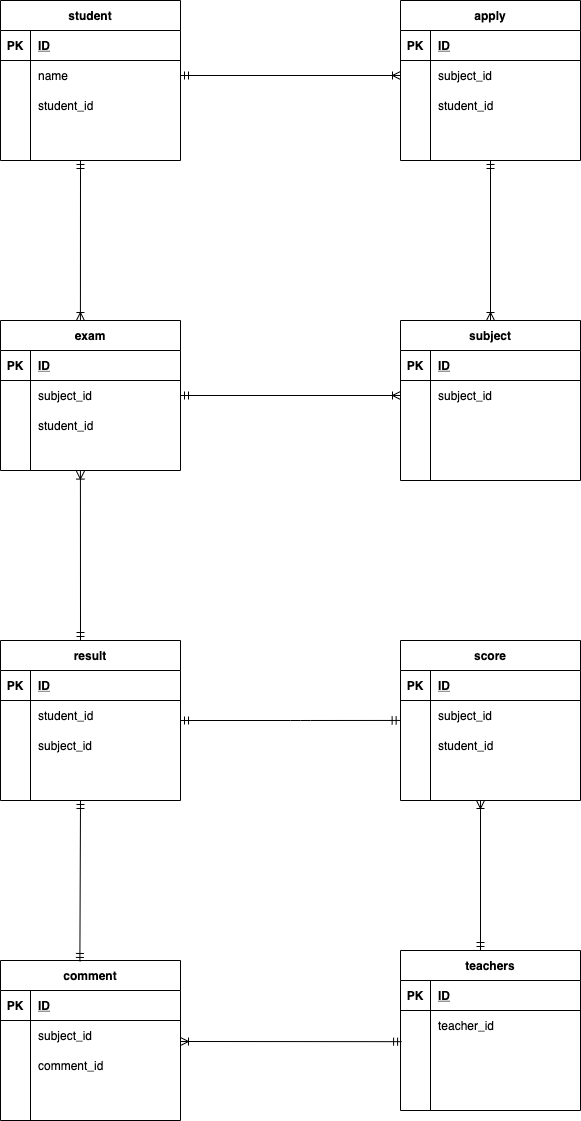
kurakawaryunosuke/datebase keeps this draw.io diagram as index.drawio.png. Above is the earlier version. Source tidied: cells renumbered, new cells last; positions are measured from the earlier drawing's top-left corner, leaving out a move shared by most shapes.
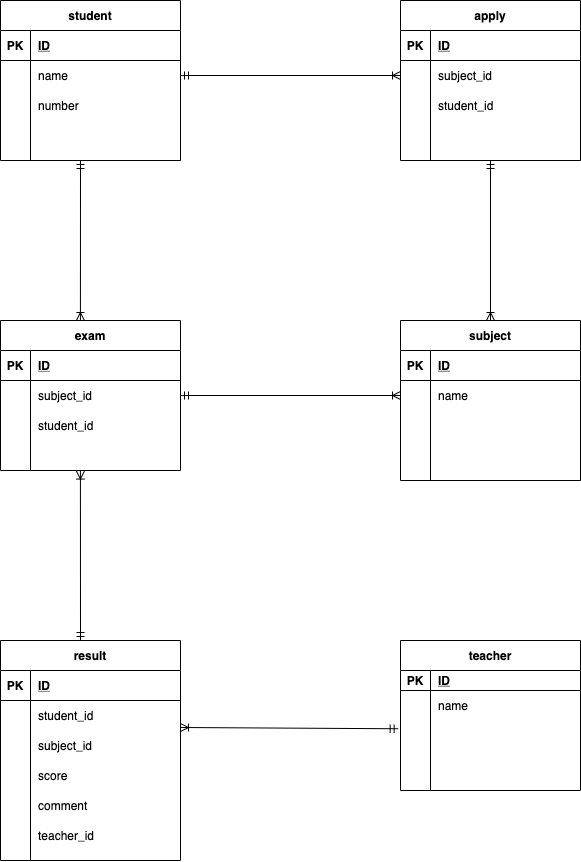
The same diagram one commit later.

Commit message:
Foreign key

Change to the diagram source:
```diff
@@ -29,7 +29,7 @@
     <mxCell id="10" style="shape=partialRectangle;fillColor=none;top=0;left=0;bottom=0;right=0;overflow=hidden;" parent="9" vertex="1">
       <mxGeometry width="30" height="30" as="geometry" />
     </mxCell>
-    <mxCell id="11" value="student_id" style="shape=partialRectangle;fillColor=none;top=0;left=0;bottom=0;right=0;align=left;spacingLeft=6;overflow=hidden;" parent="9" vertex="1">
+    <mxCell id="11" value="number" style="shape=partialRectangle;fillColor=none;top=0;left=0;bottom=0;right=0;align=left;spacingLeft=6;overflow=hidden;" parent="9" vertex="1">
       <mxGeometry x="30" width="150" height="30" as="geometry" />
     </mxCell>
     <mxCell id="12" style="shape=partialRectangle;fillColor=none;top=0;left=0;bottom=0;right=0;" parent="2" vertex="1">
@@ -145,7 +145,7 @@
     <mxCell id="48" style="shape=partialRectangle;fillColor=none;top=0;left=0;bottom=0;right=0;overflow=hidden;" parent="47" vertex="1">
       <mxGeometry width="30" height="30" as="geometry" />
     </mxCell>
-    <mxCell id="49" value="subject_id" style="shape=partialRectangle;fillColor=none;top=0;left=0;bottom=0;right=0;align=left;spacingLeft=6;overflow=hidden;" parent="47" vertex="1">
+    <mxCell id="49" value="name" style="shape=partialRectangle;fillColor=none;top=0;left=0;bottom=0;right=0;align=left;spacingLeft=6;overflow=hidden;" parent="47" vertex="1">
       <mxGeometry x="30" width="150" height="30" as="geometry" />
     </mxCell>
     <mxCell id="50" style="shape=partialRectangle;fillColor=none;top=0;left=0;bottom=0;right=0;" parent="43" vertex="1">
@@ -166,29 +166,29 @@
     <mxCell id="55" style="shape=partialRectangle;fillColor=none;top=0;left=0;bottom=0;right=0;align=left;spacingLeft=6;overflow=hidden;" parent="53" vertex="1">
       <mxGeometry x="30" width="150" height="30" as="geometry" />
     </mxCell>
-    <mxCell id="56" value="teachers" style="shape=table;startSize=30;rowLines=0;fontStyle=1;align=center;" parent="1" vertex="1">
-      <mxGeometry x="400" y="950" width="180" height="160" as="geometry" />
+    <mxCell id="56" value="teacher" style="shape=table;startSize=30;rowLines=0;fontStyle=1;align=center;" parent="1" vertex="1">
+      <mxGeometry x="400" y="640" width="180" height="150" as="geometry" />
     </mxCell>
     <mxCell id="57" style="shape=partialRectangle;fillColor=none;top=0;left=0;bottom=1;right=0;" parent="56" vertex="1">
-      <mxGeometry y="30" width="180" height="30" as="geometry" />
+      <mxGeometry y="30" width="180" height="20" as="geometry" />
     </mxCell>
     <mxCell id="58" value="PK" style="shape=partialRectangle;fillColor=none;top=0;left=0;bottom=0;right=0;fontStyle=1;overflow=hidden;" parent="57" vertex="1">
-      <mxGeometry width="30" height="30" as="geometry" />
+      <mxGeometry width="30" height="20" as="geometry" />
     </mxCell>
     <mxCell id="59" value="ID" style="shape=partialRectangle;fillColor=none;top=0;left=0;bottom=0;right=0;align=left;spacingLeft=6;fontStyle=5;overflow=hidden;" parent="57" vertex="1">
-      <mxGeometry x="30" width="150" height="30" as="geometry" />
+      <mxGeometry x="30" width="150" height="20" as="geometry" />
     </mxCell>
     <mxCell id="60" style="shape=partialRectangle;fillColor=none;top=0;left=0;bottom=0;right=0;" parent="56" vertex="1">
-      <mxGeometry y="60" width="180" height="30" as="geometry" />
+      <mxGeometry y="50" width="180" height="30" as="geometry" />
     </mxCell>
     <mxCell id="61" style="shape=partialRectangle;fillColor=none;top=0;left=0;bottom=0;right=0;overflow=hidden;" parent="60" vertex="1">
       <mxGeometry width="30" height="30" as="geometry" />
     </mxCell>
-    <mxCell id="62" value="teacher_id" style="shape=partialRectangle;fillColor=none;top=0;left=0;bottom=0;right=0;align=left;spacingLeft=6;overflow=hidden;" parent="60" vertex="1">
+    <mxCell id="62" value="name" style="shape=partialRectangle;fillColor=none;top=0;left=0;bottom=0;right=0;align=left;spacingLeft=6;overflow=hidden;" parent="60" vertex="1">
       <mxGeometry x="30" width="150" height="30" as="geometry" />
     </mxCell>
     <mxCell id="63" style="shape=partialRectangle;fillColor=none;top=0;left=0;bottom=0;right=0;points=[[0,0.5],[1,0.5]];portConstraint=eastwest;" parent="56" vertex="1">
-      <mxGeometry y="90" width="180" height="30" as="geometry" />
+      <mxGeometry y="80" width="180" height="30" as="geometry" />
     </mxCell>
     <mxCell id="64" style="shape=partialRectangle;fillColor=none;top=0;left=0;bottom=0;right=0;overflow=hidden;" parent="63" vertex="1">
       <mxGeometry width="30" height="30" as="geometry" />
@@ -197,7 +197,7 @@
       <mxGeometry x="30" width="150" height="30" as="geometry" />
     </mxCell>
     <mxCell id="66" style="shape=partialRectangle;fillColor=none;top=0;left=0;bottom=0;right=0;" parent="56" vertex="1">
-      <mxGeometry y="120" width="180" height="30" as="geometry" />
+      <mxGeometry y="110" width="180" height="30" as="geometry" />
     </mxCell>
     <mxCell id="67" style="shape=partialRectangle;fillColor=none;top=0;left=0;bottom=0;right=0;overflow=hidden;" parent="66" vertex="1">
       <mxGeometry width="30" height="30" as="geometry" />
@@ -205,89 +205,6 @@
     <mxCell id="68" style="shape=partialRectangle;fillColor=none;top=0;left=0;bottom=0;right=0;align=left;spacingLeft=6;overflow=hidden;" parent="66" vertex="1">
       <mxGeometry x="30" width="150" height="30" as="geometry" />
     </mxCell>
-    <mxCell id="69" value="comment" style="shape=table;startSize=30;rowLines=0;fontStyle=1;align=center;" parent="1" vertex="1">
-      <mxGeometry y="960" width="180" height="160" as="geometry" />
-    </mxCell>
-    <mxCell id="70" style="shape=partialRectangle;fillColor=none;top=0;left=0;bottom=1;right=0;" parent="69" vertex="1">
-      <mxGeometry y="30" width="180" height="30" as="geometry" />
-    </mxCell>
-    <mxCell id="71" value="PK" style="shape=partialRectangle;fillColor=none;top=0;left=0;bottom=0;right=0;fontStyle=1;overflow=hidden;" parent="70" vertex="1">
-      <mxGeometry width="30" height="30" as="geometry" />
-    </mxCell>
-    <mxCell id="72" value="ID" style="shape=partialRectangle;fillColor=none;top=0;left=0;bottom=0;right=0;align=left;spacingLeft=6;fontStyle=5;overflow=hidden;" parent="70" vertex="1">
-      <mxGeometry x="30" width="150" height="30" as="geometry" />
-    </mxCell>
-    <mxCell id="73" style="shape=partialRectangle;fillColor=none;top=0;left=0;bottom=0;right=0;" parent="69" vertex="1">
-      <mxGeometry y="60" width="180" height="30" as="geometry" />
-    </mxCell>
-    <mxCell id="74" style="shape=partialRectangle;fillColor=none;top=0;left=0;bottom=0;right=0;overflow=hidden;" parent="73" vertex="1">
-      <mxGeometry width="30" height="30" as="geometry" />
-    </mxCell>
-    <mxCell id="75" value="subject_id" style="shape=partialRectangle;fillColor=none;top=0;left=0;bottom=0;right=0;align=left;spacingLeft=6;overflow=hidden;" parent="73" vertex="1">
-      <mxGeometry x="30" width="150" height="30" as="geometry" />
-    </mxCell>
-    <mxCell id="76" style="shape=partialRectangle;fillColor=none;top=0;left=0;bottom=0;right=0;" parent="69" vertex="1">
-      <mxGeometry y="90" width="180" height="30" as="geometry" />
-    </mxCell>
-    <mxCell id="77" style="shape=partialRectangle;fillColor=none;top=0;left=0;bottom=0;right=0;overflow=hidden;" parent="76" vertex="1">
-      <mxGeometry width="30" height="30" as="geometry" />
-    </mxCell>
-    <mxCell id="78" value="comment_id" style="shape=partialRectangle;fillColor=none;top=0;left=0;bottom=0;right=0;align=left;spacingLeft=6;overflow=hidden;" parent="76" vertex="1">
-      <mxGeometry x="30" width="150" height="30" as="geometry" />
-    </mxCell>
-    <mxCell id="79" style="shape=partialRectangle;fillColor=none;top=0;left=0;bottom=0;right=0;" parent="69" vertex="1">
-      <mxGeometry y="120" width="180" height="30" as="geometry" />
-    </mxCell>
-    <mxCell id="80" style="shape=partialRectangle;fillColor=none;top=0;left=0;bottom=0;right=0;overflow=hidden;" parent="79" vertex="1">
-      <mxGeometry width="30" height="30" as="geometry" />
-    </mxCell>
-    <mxCell id="81" style="shape=partialRectangle;fillColor=none;top=0;left=0;bottom=0;right=0;align=left;spacingLeft=6;overflow=hidden;" parent="79" vertex="1">
-      <mxGeometry x="30" width="150" height="30" as="geometry" />
-    </mxCell>
-    <mxCell id="82" value="score" style="shape=table;startSize=30;rowLines=0;fontStyle=1;align=center;" parent="1" vertex="1">
-      <mxGeometry x="400" y="640" width="180" height="160" as="geometry" />
-    </mxCell>
-    <mxCell id="83" style="shape=partialRectangle;fillColor=none;top=0;left=0;bottom=1;right=0;" parent="82" vertex="1">
-      <mxGeometry y="30" width="180" height="30" as="geometry" />
-    </mxCell>
-    <mxCell id="84" value="PK" style="shape=partialRectangle;fillColor=none;top=0;left=0;bottom=0;right=0;fontStyle=1;overflow=hidden;" parent="83" vertex="1">
-      <mxGeometry width="30" height="30" as="geometry" />
-    </mxCell>
-    <mxCell id="85" value="ID" style="shape=partialRectangle;fillColor=none;top=0;left=0;bottom=0;right=0;align=left;spacingLeft=6;fontStyle=5;overflow=hidden;" parent="83" vertex="1">
-      <mxGeometry x="30" width="150" height="30" as="geometry" />
-    </mxCell>
-    <mxCell id="86" style="shape=partialRectangle;fillColor=none;top=0;left=0;bottom=0;right=0;points=[[0,0.5],[1,0.5]];portConstraint=eastwest;" parent="82" vertex="1">
-      <mxGeometry y="60" width="180" height="30" as="geometry" />
-    </mxCell>
-    <mxCell id="87" style="shape=partialRectangle;fillColor=none;top=0;left=0;bottom=0;right=0;overflow=hidden;" parent="86" vertex="1">
-      <mxGeometry width="30" height="30" as="geometry" />
-    </mxCell>
-    <mxCell id="88" value="subject_id" style="shape=partialRectangle;fillColor=none;top=0;left=0;bottom=0;right=0;align=left;spacingLeft=6;overflow=hidden;" parent="86" vertex="1">
-      <mxGeometry x="30" width="150" height="30" as="geometry" />
-    </mxCell>
-    <mxCell id="89" style="shape=partialRectangle;fillColor=none;top=0;left=0;bottom=0;right=0;" parent="82" vertex="1">
-      <mxGeometry y="90" width="180" height="30" as="geometry" />
-    </mxCell>
-    <mxCell id="90" style="shape=partialRectangle;fillColor=none;top=0;left=0;bottom=0;right=0;overflow=hidden;" parent="89" vertex="1">
-      <mxGeometry width="30" height="30" as="geometry" />
-    </mxCell>
-    <mxCell id="91" value="student_id" style="shape=partialRectangle;fillColor=none;top=0;left=0;bottom=0;right=0;align=left;spacingLeft=6;overflow=hidden;" parent="89" vertex="1">
-      <mxGeometry x="30" width="150" height="30" as="geometry" />
-    </mxCell>
-    <mxCell id="92" style="shape=partialRectangle;fillColor=none;top=0;left=0;bottom=0;right=0;" parent="82" vertex="1">
-      <mxGeometry y="120" width="180" height="30" as="geometry" />
-    </mxCell>
-    <mxCell id="93" style="shape=partialRectangle;fillColor=none;top=0;left=0;bottom=0;right=0;overflow=hidden;" parent="92" vertex="1">
-      <mxGeometry width="30" height="30" as="geometry" />
-    </mxCell>
-    <mxCell id="94" style="shape=partialRectangle;fillColor=none;top=0;left=0;bottom=0;right=0;align=left;spacingLeft=6;overflow=hidden;" parent="92" vertex="1">
-      <mxGeometry x="30" width="150" height="30" as="geometry" />
-    </mxCell>
-    <mxCell id="95" style="fontSize=12;html=1;endArrow=ERoneToMany;startArrow=ERmandOne;exitX=0.006;exitY=0.039;exitDx=0;exitDy=0;exitPerimeter=0;" parent="1" edge="1" source="63">
-      <mxGeometry relative="1" as="geometry">
-        <mxPoint x="180" y="1041" as="targetPoint" />
-      </mxGeometry>
-    </mxCell>
     <mxCell id="96" style="fontSize=12;html=1;endArrow=ERoneToMany;startArrow=ERmandOne;exitX=1;exitY=0.5;exitDx=0;exitDy=0;" parent="1" edge="1" source="33" target="47">
       <mxGeometry relative="1" as="geometry" />
     </mxCell>
@@ -295,7 +212,7 @@
       <mxGeometry relative="1" as="geometry" />
     </mxCell>
     <mxCell id="98" value="result" style="shape=table;startSize=30;rowLines=0;fontStyle=1;align=center;" parent="1" vertex="1">
-      <mxGeometry y="640" width="180" height="160" as="geometry" />
+      <mxGeometry y="640" width="180" height="220" as="geometry" />
     </mxCell>
     <mxCell id="99" style="shape=partialRectangle;fillColor=none;top=0;left=0;bottom=1;right=0;" parent="98" vertex="1">
       <mxGeometry y="30" width="180" height="30" as="geometry" />
@@ -330,32 +247,36 @@
     <mxCell id="109" style="shape=partialRectangle;fillColor=none;top=0;left=0;bottom=0;right=0;overflow=hidden;" parent="108" vertex="1">
       <mxGeometry width="30" height="30" as="geometry" />
     </mxCell>
-    <mxCell id="110" style="shape=partialRectangle;fillColor=none;top=0;left=0;bottom=0;right=0;align=left;spacingLeft=6;overflow=hidden;" parent="108" vertex="1">
+    <mxCell id="110" value="score" style="shape=partialRectangle;fillColor=none;top=0;left=0;bottom=0;right=0;align=left;spacingLeft=6;overflow=hidden;" parent="108" vertex="1">
       <mxGeometry x="30" width="150" height="30" as="geometry" />
     </mxCell>
+    <mxCell id="115" style="shape=partialRectangle;fillColor=none;top=0;left=0;bottom=0;right=0;" parent="98" vertex="1">
+      <mxGeometry y="150" width="180" height="30" as="geometry" />
+    </mxCell>
+    <mxCell id="116" style="shape=partialRectangle;fillColor=none;top=0;left=0;bottom=0;right=0;overflow=hidden;" parent="115" vertex="1">
+      <mxGeometry width="30" height="30" as="geometry" />
+    </mxCell>
+    <mxCell id="69" value="comment" style="shape=partialRectangle;fillColor=none;top=0;left=0;bottom=0;right=0;align=left;spacingLeft=6;overflow=hidden;" parent="115" vertex="1">
+      <mxGeometry x="30" width="150" height="30" as="geometry" />
+    </mxCell>
+    <mxCell id="117" style="shape=partialRectangle;fillColor=none;top=0;left=0;bottom=0;right=0;" parent="98" vertex="1">
+      <mxGeometry y="180" width="180" height="30" as="geometry" />
+    </mxCell>
+    <mxCell id="118" style="shape=partialRectangle;fillColor=none;top=0;left=0;bottom=0;right=0;overflow=hidden;" parent="117" vertex="1">
+      <mxGeometry width="30" height="30" as="geometry" />
+    </mxCell>
+    <mxCell id="119" value="teacher_id" style="shape=partialRectangle;fillColor=none;top=0;left=0;bottom=0;right=0;align=left;spacingLeft=6;overflow=hidden;" parent="117" vertex="1">
+      <mxGeometry x="30" width="150" height="30" as="geometry" />
+    </mxCell>
     <mxCell id="111" style="fontSize=12;html=1;endArrow=ERoneToMany;startArrow=ERmandOne;entryX=0.444;entryY=1.02;entryDx=0;entryDy=0;entryPerimeter=0;" parent="1" edge="1" target="39">
       <mxGeometry relative="1" as="geometry">
         <mxPoint x="80" y="640" as="sourcePoint" />
       </mxGeometry>
     </mxCell>
-    <mxCell id="112" style="fontSize=12;html=1;endArrow=ERmandOne;startArrow=ERmandOne;exitX=0.441;exitY=0.006;exitDx=0;exitDy=0;exitPerimeter=0;" parent="1" edge="1" source="69">
-      <mxGeometry relative="1" as="geometry">
-        <mxPoint x="80" y="800" as="targetPoint" />
-      </mxGeometry>
-    </mxCell>
-    <mxCell id="113" style="fontSize=12;html=1;endArrow=ERmandOne;startArrow=ERmandOne;entryX=-0.002;entryY=0.665;entryDx=0;entryDy=0;entryPerimeter=0;" parent="1" edge="1" target="86">
-      <mxGeometry relative="1" as="geometry">
-        <mxPoint x="180" y="720" as="sourcePoint" />
-        <Array as="points">
-          <mxPoint x="300" y="720" />
-        </Array>
-      </mxGeometry>
-    </mxCell>
-    <mxCell id="114" style="fontSize=12;html=1;endArrow=ERoneToMany;startArrow=ERmandOne;" parent="1" edge="1">
-      <mxGeometry relative="1" as="geometry">
-        <mxPoint x="480" y="950" as="sourcePoint" />
-        <mxPoint x="480" y="800" as="targetPoint" />
-      </mxGeometry>
-    </mxCell>
+    <mxCell id="120" style="fontSize=12;html=1;endArrow=ERoneToMany;startArrow=ERmandOne;exitX=-0.013;exitY=0.275;exitDx=0;exitDy=0;exitPerimeter=0;" parent="1" edge="1" source="63">
+      <mxGeometry relative="1" as="geometry">
+        <mxPoint x="180" y="727" as="targetPoint" />
+      </mxGeometry>
+    </mxCell>
   </root>
 </mxGraphModel>
```
